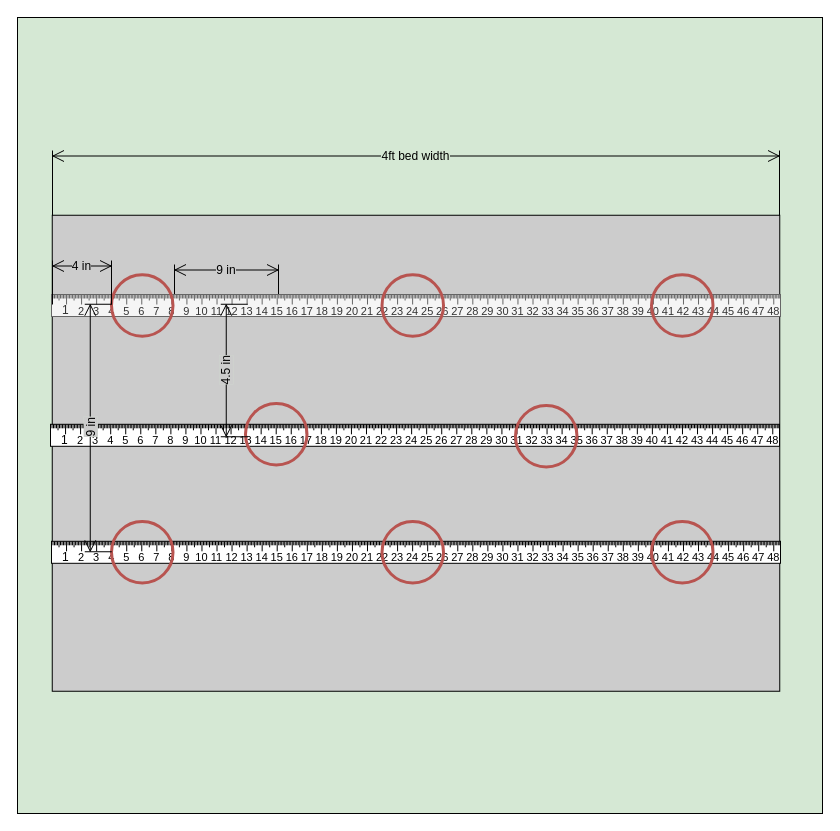
Earlier version of the draw.io diagram page "spacing layout" (3 of 4) of docs/spring2020/spring-2020.drawio (ohiobarn/flowerfarm). Source tidied: cells renumbered, new cells numbered last; positions are measured from the earlier drawing's top-left corner, leaving out a move shared by most shapes. Both pictures are drawn from the tidied source at 100%, with x=0, y=0 at pixel (-26, 17).
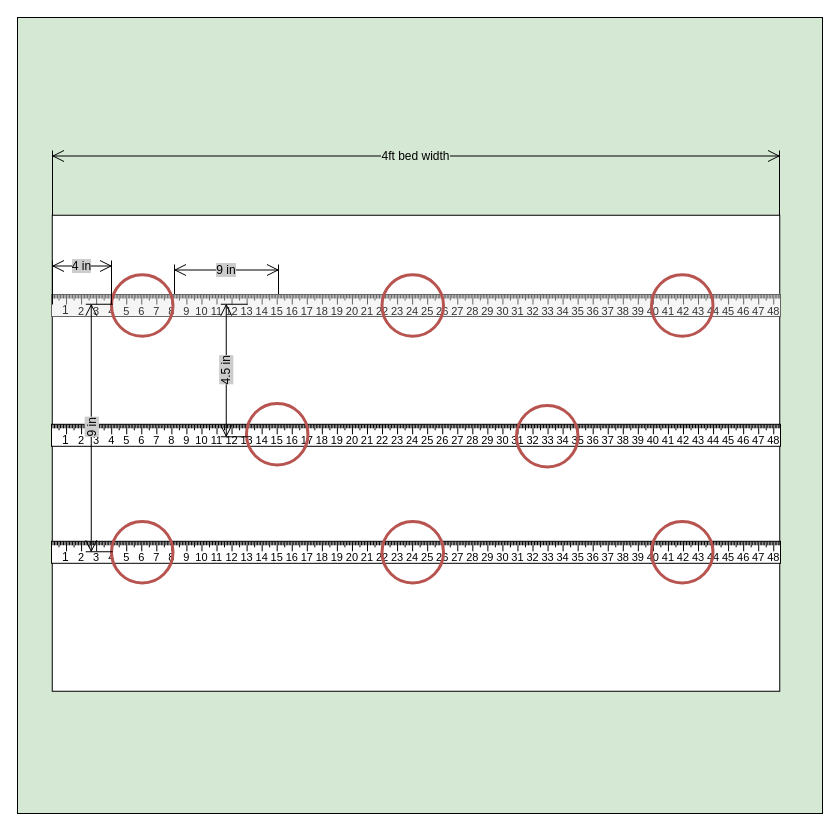
Above is the later version.

Diff of the diagram source:
```diff
@@
-    <mxCell id="3" style="rounded=0;whiteSpace=wrap;html=1;fillColor=#CCCCCC;rotation=90;" parent="1" vertex="1">
+    <mxCell id="3" style="rounded=0;whiteSpace=wrap;html=1;rotation=90;" parent="1" vertex="1">
       <mxGeometry x="203.5" y="72" width="476" height="727.5" as="geometry" />
     </mxCell>
@@
     <mxCell id="20" style="group;" parent="1" vertex="1">
-      <mxGeometry x="76" y="386" width="729" height="63.5" as="geometry" />
+      <mxGeometry x="77" y="386" width="729" height="63.5" as="geometry" />
     </mxCell>
```
